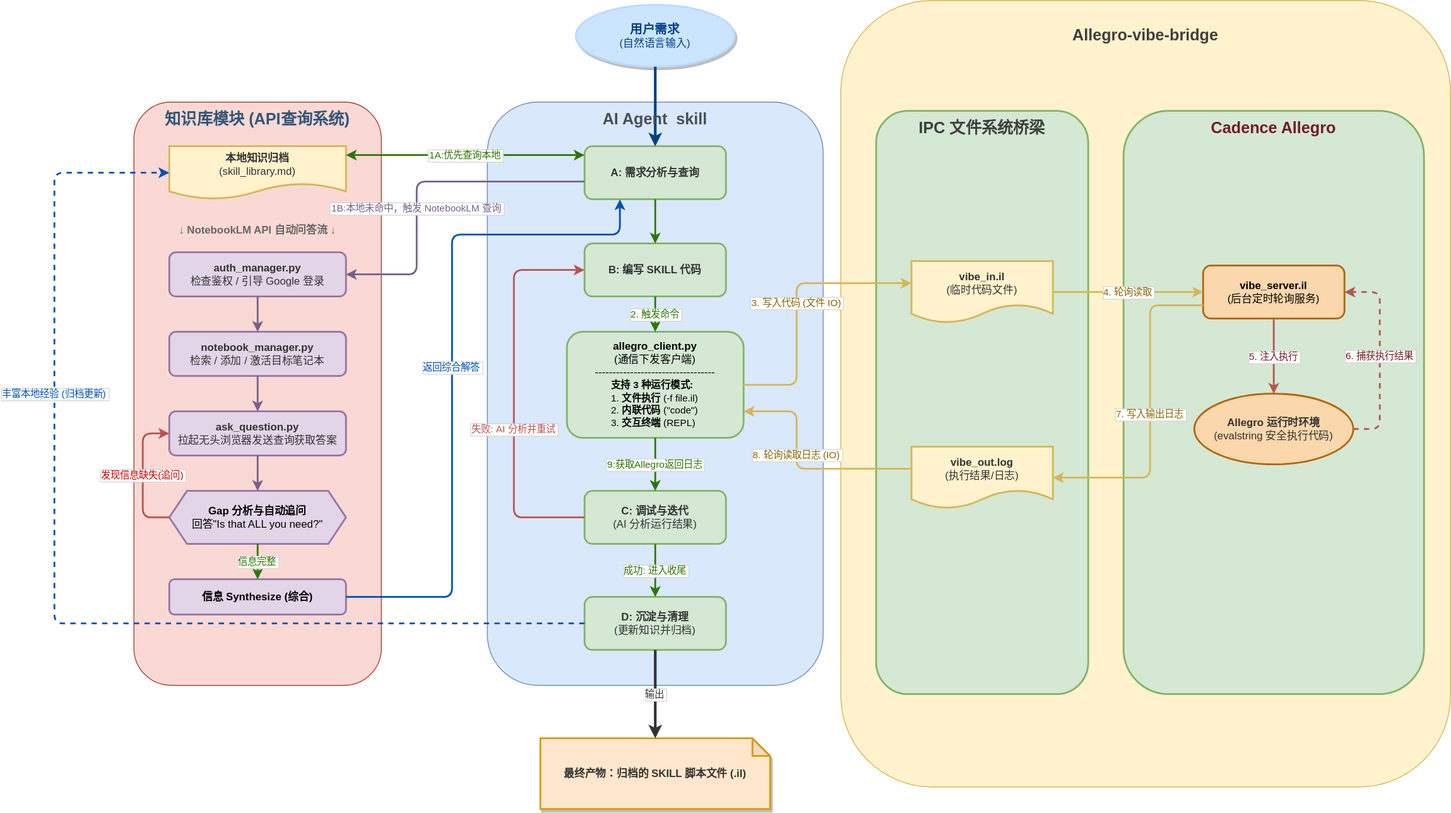
The draw.io diagram allegro_vibe_framework.svg in DayAlex1/allegro-vibe-bridge, before a commit. Source tidied: cells renumbered, new cells last; positions are measured from the earlier drawing's top-left corner, leaving out a move shared by most shapes.
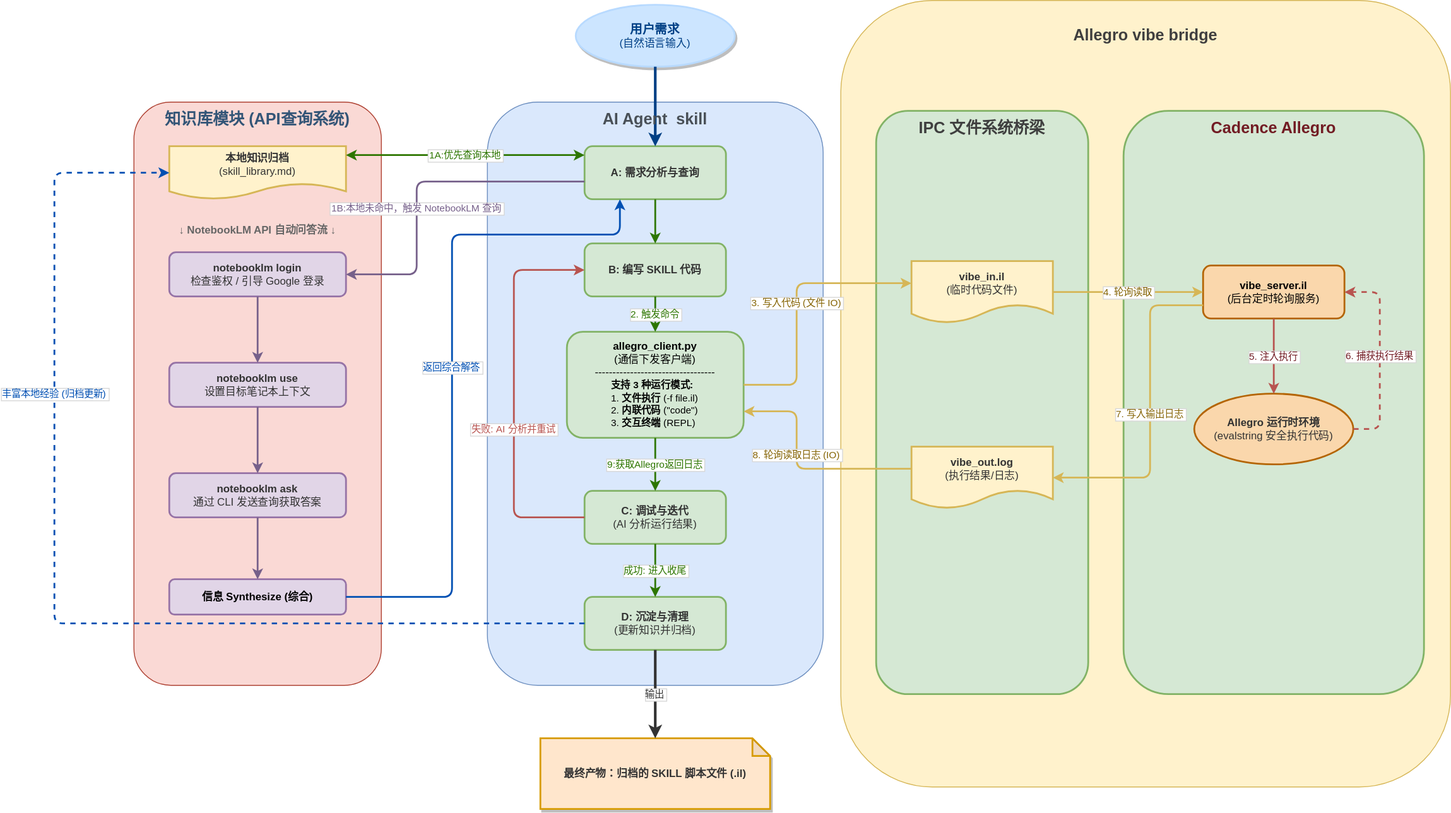
Above is the later version.

Commit message:
chore: migrate tech stack to notebooklm-py and update architecture diagrams

Diff of the diagram source:
```diff
@@ -35,18 +35,15 @@
     <mxCell id="12" value="&lt;b&gt;↓ NotebookLM API 自动问答流 ↓&lt;/b&gt;" style="text;html=1;strokeColor=none;fillColor=none;align=center;verticalAlign=middle;whiteSpace=wrap;rounded=0;fontColor=#666666;" parent="1" vertex="1">
       <mxGeometry x="130" y="245" width="200" height="30" as="geometry" />
     </mxCell>
-    <mxCell id="13" value="&lt;b&gt;auth_manager.py&lt;/b&gt;&lt;br&gt;检查鉴权 / 引导 Google 登录" style="rounded=1;whiteSpace=wrap;html=1;fillColor=#e1d5e7;strokeColor=#9673a6;fontColor=#333333;strokeWidth=2;" parent="1" vertex="1">
+    <mxCell id="13" value="&lt;b&gt;notebooklm login&lt;/b&gt;&lt;br&gt;检查鉴权 / 引导 Google 登录" style="rounded=1;whiteSpace=wrap;html=1;fillColor=#e1d5e7;strokeColor=#9673a6;fontColor=#333333;strokeWidth=2;" parent="1" vertex="1">
       <mxGeometry x="130" y="285" width="200" height="50" as="geometry" />
     </mxCell>
-    <mxCell id="14" value="&lt;b&gt;notebook_manager.py&lt;/b&gt;&lt;br&gt;检索 / 添加 / 激活目标笔记本" style="rounded=1;whiteSpace=wrap;html=1;fillColor=#e1d5e7;strokeColor=#9673a6;fontColor=#333333;strokeWidth=2;" parent="1" vertex="1">
-      <mxGeometry x="130" y="375" width="200" height="50" as="geometry" />
+    <mxCell id="14" value="&lt;b&gt;notebooklm use&lt;/b&gt;&lt;br&gt;设置目标笔记本上下文" style="rounded=1;whiteSpace=wrap;html=1;fillColor=#e1d5e7;strokeColor=#9673a6;fontColor=#333333;strokeWidth=2;" parent="1" vertex="1">
+      <mxGeometry x="130" y="410" width="200" height="50" as="geometry" />
     </mxCell>
-    <mxCell id="15" value="&lt;b&gt;ask_question.py&lt;/b&gt;&lt;br&gt;拉起无头浏览器发送查询获取答案" style="rounded=1;whiteSpace=wrap;html=1;fillColor=#e1d5e7;strokeColor=#9673a6;fontColor=#333333;strokeWidth=2;" parent="1" vertex="1">
-      <mxGeometry x="130" y="465" width="200" height="50" as="geometry" />
+    <mxCell id="15" value="&lt;b&gt;notebooklm ask&lt;/b&gt;&lt;br&gt;通过 CLI 发送查询获取答案" style="rounded=1;whiteSpace=wrap;html=1;fillColor=#e1d5e7;strokeColor=#9673a6;fontColor=#333333;strokeWidth=2;" parent="1" vertex="1">
+      <mxGeometry x="130" y="535" width="200" height="50" as="geometry" />
     </mxCell>
-    <mxCell id="16" value="&lt;b&gt;Gap 分析与自动追问&lt;/b&gt;&lt;br&gt;回答&quot;Is that ALL you need?&quot;" style="shape=hexagon;perimeter=hexagonPerimeter2;whiteSpace=wrap;html=1;fixedSize=1;fillColor=#e1d5e7;strokeColor=#9673a6;strokeWidth=2;" parent="1" vertex="1">
-      <mxGeometry x="130" y="555" width="200" height="60" as="geometry" />
-    </mxCell>
     <mxCell id="17" value="&lt;b&gt;信息 Synthesize (综合)&lt;/b&gt;" style="rounded=1;whiteSpace=wrap;html=1;fillColor=#e1d5e7;strokeColor=#9673a6;strokeWidth=2;" parent="1" vertex="1">
       <mxGeometry x="130" y="655" width="200" height="40" as="geometry" />
     </mxCell>
@@ -86,20 +83,9 @@
     <mxCell id="29" style="edgeStyle=orthogonalEdgeStyle;rounded=1;strokeColor=#76608A;strokeWidth=2;" parent="1" edge="1" source="14" target="15">
       <mxGeometry relative="1" as="geometry" />
     </mxCell>
-    <mxCell id="30" style="edgeStyle=orthogonalEdgeStyle;rounded=1;strokeColor=#76608A;strokeWidth=2;" parent="1" edge="1" source="15" target="16">
+    <mxCell id="30" style="edgeStyle=orthogonalEdgeStyle;rounded=1;strokeColor=#76608A;strokeWidth=2;entryX=0.5;entryY=0;entryDx=0;entryDy=0;" parent="1" edge="1" source="15" target="17">
       <mxGeometry relative="1" as="geometry" />
     </mxCell>
-    <mxCell id="31" value="发现信息缺失(追问)" style="edgeStyle=orthogonalEdgeStyle;rounded=1;strokeColor=#B85450;strokeWidth=2;fontColor=#CC0000;labelBackgroundColor=#ffffff;labelBorderColor=#d7d7d7;" parent="1" edge="1" source="16" target="15">
-      <mxGeometry relative="1" as="geometry">
-        <Array as="points">
-          <mxPoint x="100" y="585" />
-          <mxPoint x="100" y="490" />
-        </Array>
-      </mxGeometry>
-    </mxCell>
-    <mxCell id="32" value="信息完整" style="edgeStyle=orthogonalEdgeStyle;rounded=1;strokeColor=#2D7600;strokeWidth=2;fontColor=#2D7600;labelBackgroundColor=#ffffff;labelBorderColor=#d7d7d7;" parent="1" edge="1" source="16" target="17">
-      <mxGeometry relative="1" as="geometry" />
-    </mxCell>
     <mxCell id="33" value="1A:优先查询本地" style="edgeStyle=orthogonalEdgeStyle;rounded=1;strokeColor=#2D7600;fontColor=#2D7600;strokeWidth=2;labelBackgroundColor=#ffffff;labelBorderColor=#d7d7d7;startArrow=classic;endArrow=classic;" parent="1" edge="1" source="11" target="18">
       <mxGeometry relative="1" as="geometry">
         <Array as="points">
@@ -201,7 +187,7 @@
     <mxCell id="50" value="&lt;b&gt;&lt;font style=&quot;font-size: 18px; color: rgb(73, 80, 87);&quot;&gt;AI Agent&amp;nbsp; skill&lt;/font&gt;&lt;/b&gt;" style="text;html=1;strokeColor=none;fillColor=none;align=center;verticalAlign=middle;whiteSpace=wrap;rounded=0;" parent="1" vertex="1">
       <mxGeometry x="600" y="115" width="160" height="40" as="geometry" />
     </mxCell>
-    <mxCell id="51" value="&lt;b style=&quot;color: rgb(63, 63, 63); scrollbar-color: rgb(226, 226, 226) rgb(251, 251, 251);&quot;&gt;&lt;font style=&quot;color: rgb(63, 63, 63); scrollbar-color: rgb(226, 226, 226) rgb(251, 251, 251); font-size: 18px;&quot;&gt;Allegro-vibe-bridge&lt;/font&gt;&lt;/b&gt;" style="text;html=1;strokeColor=none;fillColor=none;align=center;verticalAlign=middle;whiteSpace=wrap;rounded=0;" parent="1" vertex="1">
+    <mxCell id="51" value="&lt;b style=&quot;color: rgb(63, 63, 63); scrollbar-color: rgb(226, 226, 226) rgb(251, 251, 251);&quot;&gt;&lt;font style=&quot;color: rgb(63, 63, 63); scrollbar-color: rgb(226, 226, 226) rgb(251, 251, 251); font-size: 18px;&quot;&gt;Allegro vibe bridge&lt;/font&gt;&lt;/b&gt;" style="text;html=1;strokeColor=none;fillColor=none;align=center;verticalAlign=middle;whiteSpace=wrap;rounded=0;" parent="1" vertex="1">
       <mxGeometry x="1145" y="20" width="180" height="40" as="geometry" />
     </mxCell>
   </root>
```
